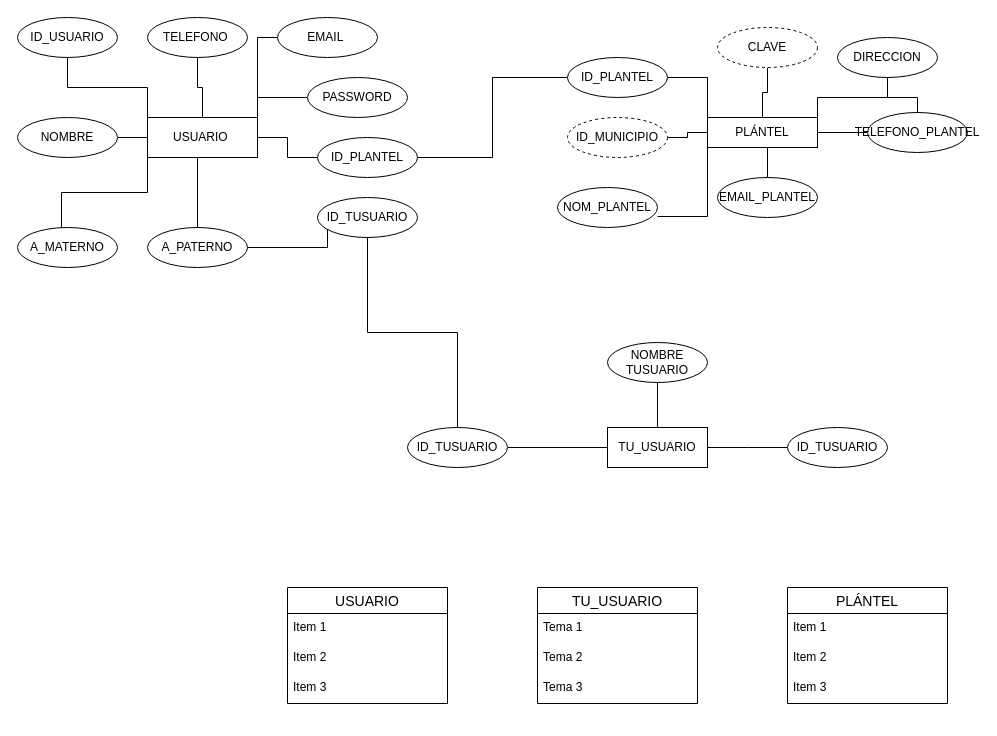
This is Diagrama sin título.drawio from pedroromeroDG/construction_BD, a draw.io file, before an edit. Source tidied: cells renumbered, new cells numbered last; positions are measured from the earlier drawing's top-left corner, leaving out a move shared by most shapes. Both pictures are drawn from the tidied source at 100%, with x=0, y=0 at pixel (17, 17).
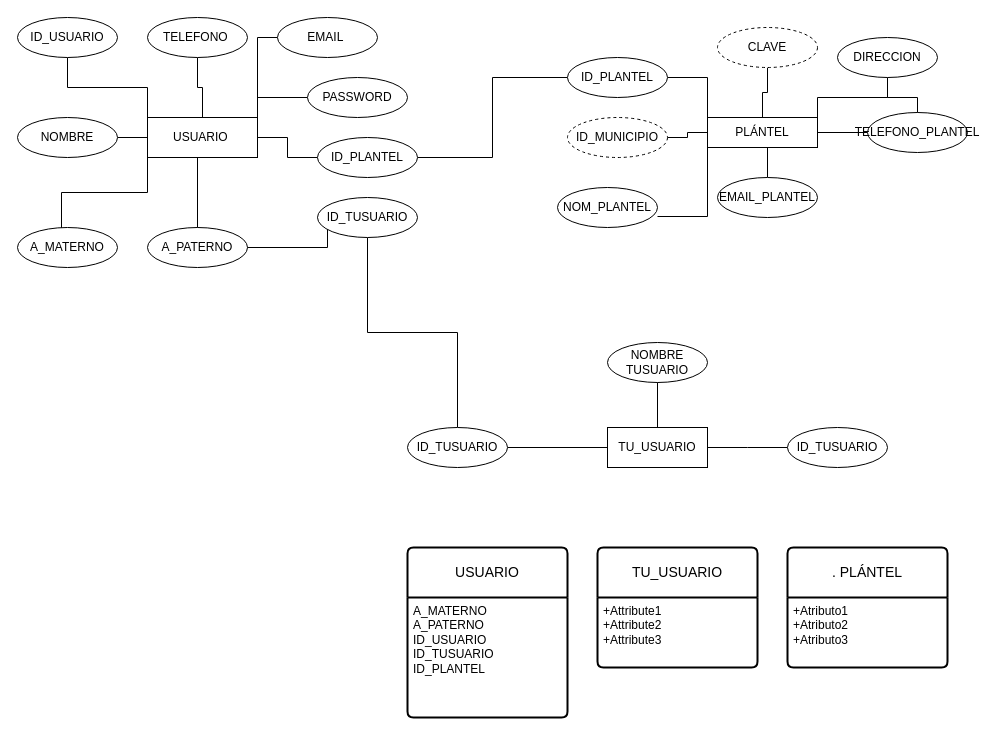
The same page after the edit.

Change to the diagram source:
```diff
@@
+    <mxCell id="49" value="TU_USUARIO" style="swimlane;horizontal=1;startSize=50;rounded=1;fontSize=14;fontStyle=0;strokeWidth=2;shadow=0;dashed=0;align=center;arcSize=4;whiteSpace=wrap;html=1;" parent="1" vertex="1">
+      <mxGeometry x="580" y="530" width="160" height="120" as="geometry" />
+    </mxCell>
+    <mxCell id="57" value="+Attribute1&#10;+Attribute2&#10;+Attribute3" style="align=left;strokeColor=none;fillColor=none;spacingLeft=4;fontSize=12;verticalAlign=top;html=1;" parent="49" vertex="1">
+      <mxGeometry y="50" width="160" height="70" as="geometry" />
+    </mxCell>
-    <mxCell id="45" value="USUARIO" style="swimlane;fontStyle=0;horizontal=1;startSize=26;align=center;fontSize=14;" parent="1" vertex="1">
-      <mxGeometry x="270" y="570" width="160" height="116" as="geometry" />
+    <mxCell id="45" value="USUARIO" style="swimlane;horizontal=1;startSize=50;rounded=1;fontSize=14;fontStyle=0;strokeWidth=2;shadow=0;dashed=0;align=center;arcSize=4;whiteSpace=wrap;html=1;" parent="1" vertex="1">
+      <mxGeometry x="390" y="530" width="160" height="170" as="geometry" />
     </mxCell>
-    <mxCell id="46" value="Item 1" style="text;strokeColor=none;fillColor=none;spacingLeft=4;spacingRight=4;overflow=hidden;fontSize=12;whiteSpace=wrap;html=1;" parent="45" vertex="1">
-      <mxGeometry y="26" width="160" height="30" as="geometry" />
-    </mxCell>
-    <mxCell id="47" value="Item 2" style="text;strokeColor=none;fillColor=none;spacingLeft=4;spacingRight=4;overflow=hidden;fontSize=12;whiteSpace=wrap;html=1;" parent="45" vertex="1">
-      <mxGeometry y="56" width="160" height="30" as="geometry" />
-    </mxCell>
-    <mxCell id="48" value="Item 3" style="text;strokeColor=none;fillColor=none;spacingLeft=4;spacingRight=4;overflow=hidden;fontSize=12;whiteSpace=wrap;html=1;" parent="45" vertex="1">
-      <mxGeometry y="86" width="160" height="30" as="geometry" />
-    </mxCell>
-    <mxCell id="49" value="TU_USUARIO" style="swimlane;fontStyle=0;horizontal=1;startSize=26;align=center;fontSize=14;" parent="1" vertex="1">
-      <mxGeometry x="520" y="570" width="160" height="116" as="geometry" />
-    </mxCell>
-    <mxCell id="50" value="Tema 1" style="text;strokeColor=none;fillColor=none;spacingLeft=4;spacingRight=4;overflow=hidden;fontSize=12;whiteSpace=wrap;html=1;" parent="49" vertex="1">
-      <mxGeometry y="26" width="160" height="30" as="geometry" />
-    </mxCell>
-    <mxCell id="51" value="Tema 2" style="text;strokeColor=none;fillColor=none;spacingLeft=4;spacingRight=4;overflow=hidden;fontSize=12;whiteSpace=wrap;html=1;" parent="49" vertex="1">
-      <mxGeometry y="56" width="160" height="30" as="geometry" />
-    </mxCell>
-    <mxCell id="52" value="Tema 3" style="text;strokeColor=none;fillColor=none;spacingLeft=4;spacingRight=4;overflow=hidden;fontSize=12;whiteSpace=wrap;html=1;" parent="49" vertex="1">
-      <mxGeometry y="86" width="160" height="30" as="geometry" />
-    </mxCell>
-    <mxCell id="53" value="PLÁNTEL" style="swimlane;fontStyle=0;horizontal=1;startSize=26;align=center;fontSize=14;" parent="1" vertex="1">
-      <mxGeometry x="770" y="570" width="160" height="116" as="geometry" />
-    </mxCell>
-    <mxCell id="54" value="Item 1" style="text;strokeColor=none;fillColor=none;spacingLeft=4;spacingRight=4;overflow=hidden;fontSize=12;whiteSpace=wrap;html=1;" parent="53" vertex="1">
-      <mxGeometry y="26" width="160" height="30" as="geometry" />
-    </mxCell>
-    <mxCell id="55" value="Item 2" style="text;strokeColor=none;fillColor=none;spacingLeft=4;spacingRight=4;overflow=hidden;fontSize=12;whiteSpace=wrap;html=1;" parent="53" vertex="1">
-      <mxGeometry y="56" width="160" height="30" as="geometry" />
-    </mxCell>
-    <mxCell id="56" value="Item 3" style="text;strokeColor=none;fillColor=none;spacingLeft=4;spacingRight=4;overflow=hidden;fontSize=12;whiteSpace=wrap;html=1;" parent="53" vertex="1">
-      <mxGeometry y="86" width="160" height="30" as="geometry" />
-    </mxCell>
+    <mxCell id="58" value="A_MATERNO&lt;br&gt;A_PATERNO&lt;br&gt;ID_USUARIO&lt;br&gt;ID_TUSUARIO&lt;br&gt;ID_PLANTEL" style="align=left;strokeColor=none;fillColor=none;spacingLeft=4;fontSize=12;verticalAlign=top;html=1;" parent="45" vertex="1">
+      <mxGeometry y="50" width="160" height="120" as="geometry" />
+    </mxCell>
+    <mxCell id="59" value=". PLÁNTEL" style="swimlane;horizontal=1;startSize=50;rounded=1;fontSize=14;fontStyle=0;strokeWidth=2;shadow=0;dashed=0;align=center;arcSize=4;whiteSpace=wrap;html=1;" parent="1" vertex="1">
+      <mxGeometry x="770" y="530" width="160" height="120" as="geometry" />
+    </mxCell>
+    <mxCell id="60" value="+Atributo1&lt;br&gt;+Atributo2&lt;br&gt;+Atributo3" style="align=left;strokeColor=none;fillColor=none;spacingLeft=4;fontSize=12;verticalAlign=top;html=1;" parent="59" vertex="1">
+      <mxGeometry y="50" width="160" height="70" as="geometry" />
+    </mxCell>
```
